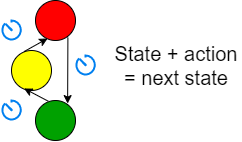
Above: public/deterministic.png in marcin-sieradzki-maersk/finite-state-machines-presentation (draw.io), before the change. Source tidied: cells renumbered, new cells last; positions are measured from the earlier drawing's top-left corner, leaving out a move shared by most shapes.
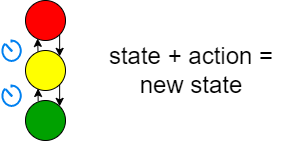
After the commit.

The edit, as a diff of the source:
```diff
@@ -6,7 +6,7 @@
       <mxGeometry x="34" width="40" height="40" as="geometry" />
     </mxCell>
     <mxCell id="3" style="ellipse;whiteSpace=wrap;html=1;fillColor=#FFff00;" parent="1" vertex="1">
-      <mxGeometry x="10" y="50" width="40" height="40" as="geometry" />
+      <mxGeometry x="34" y="50" width="40" height="40" as="geometry" />
     </mxCell>
     <mxCell id="4" style="ellipse;whiteSpace=wrap;html=1;fillColor=#00A100;" parent="1" vertex="1">
       <mxGeometry x="34" y="100" width="40" height="40" as="geometry" />
@@ -17,20 +17,20 @@
     <mxCell id="6" style="endArrow=classic;html=1;rounded=0;entryX=0.303;entryY=0.948;entryDx=0;entryDy=0;entryPerimeter=0;exitX=0.313;exitY=0.028;exitDx=0;exitDy=0;exitPerimeter=0;" parent="1" edge="1" source="3" target="2">
       <mxGeometry relative="1" as="geometry" />
     </mxCell>
-    <mxCell id="7" style="endArrow=classic;html=1;rounded=0;exitX=0.81;exitY=0.924;exitDx=0;exitDy=0;exitPerimeter=0;entryX=0.803;entryY=0.077;entryDx=0;entryDy=0;entryPerimeter=0;" parent="1" edge="1" source="2" target="4">
-      <mxGeometry relative="1" as="geometry" />
-    </mxCell>
-    <mxCell id="8" value="&lt;font style=&quot;font-size: 20px&quot;&gt;State + action = next state&lt;/font&gt;" style="text;html=1;strokeColor=none;fillColor=none;align=center;verticalAlign=middle;whiteSpace=wrap;rounded=0;" parent="1" vertex="1">
-      <mxGeometry x="110" y="50" width="130" height="30" as="geometry" />
-    </mxCell>
-    <mxCell id="9" style="html=1;verticalLabelPosition=bottom;align=center;labelBackgroundColor=#ffffff;verticalAlign=top;strokeWidth=2;strokeColor=#0080F0;shadow=0;dashed=0;shape=mxgraph.ios7.icons.gauge;" parent="1" vertex="1">
-      <mxGeometry y="20" width="20" height="20" as="geometry" />
-    </mxCell>
-    <mxCell id="10" style="html=1;verticalLabelPosition=bottom;align=center;labelBackgroundColor=#ffffff;verticalAlign=top;strokeWidth=2;strokeColor=#0080F0;shadow=0;dashed=0;shape=mxgraph.ios7.icons.gauge;" parent="1" vertex="1">
-      <mxGeometry x="74" y="55" width="20" height="20" as="geometry" />
-    </mxCell>
-    <mxCell id="11" style="html=1;verticalLabelPosition=bottom;align=center;labelBackgroundColor=#ffffff;verticalAlign=top;strokeWidth=2;strokeColor=#0080F0;shadow=0;dashed=0;shape=mxgraph.ios7.icons.gauge;" parent="1" vertex="1">
-      <mxGeometry y="100" width="20" height="20" as="geometry" />
-    </mxCell>
+    <mxCell id="12" style="endArrow=classic;html=1;rounded=0;exitX=1;exitY=1;exitDx=0;exitDy=0;entryX=1;entryY=0;entryDx=0;entryDy=0;" parent="1" edge="1" source="2" target="3">
+      <mxGeometry relative="1" as="geometry" />
+    </mxCell>
+    <mxCell id="13" style="endArrow=classic;html=1;rounded=0;exitX=1;exitY=1;exitDx=0;exitDy=0;entryX=1;entryY=0;entryDx=0;entryDy=0;" parent="1" edge="1" source="3" target="4">
+      <mxGeometry relative="1" as="geometry" />
+    </mxCell>
+    <mxCell id="14" value="&lt;span style=&quot;font-size: 24px&quot;&gt;state + action = new state&lt;/span&gt;" style="text;html=1;strokeColor=none;fillColor=none;align=center;verticalAlign=middle;whiteSpace=wrap;rounded=0;" parent="1" vertex="1">
+      <mxGeometry x="100" y="55" width="200" height="30" as="geometry" />
+    </mxCell>
+    <mxCell id="15" style="html=1;verticalLabelPosition=bottom;align=center;labelBackgroundColor=#ffffff;verticalAlign=top;strokeWidth=2;strokeColor=#0080F0;shadow=0;dashed=0;shape=mxgraph.ios7.icons.gauge;fontSize=24;" parent="1" vertex="1">
+      <mxGeometry x="10" y="40" width="20" height="21.5" as="geometry" />
+    </mxCell>
+    <mxCell id="16" style="html=1;verticalLabelPosition=bottom;align=center;labelBackgroundColor=#ffffff;verticalAlign=top;strokeWidth=2;strokeColor=#0080F0;shadow=0;dashed=0;shape=mxgraph.ios7.icons.gauge;fontSize=24;" parent="1" vertex="1">
+      <mxGeometry x="10" y="85" width="20" height="21.5" as="geometry" />
+    </mxCell>
   </root>
 </mxGraphModel>
```
